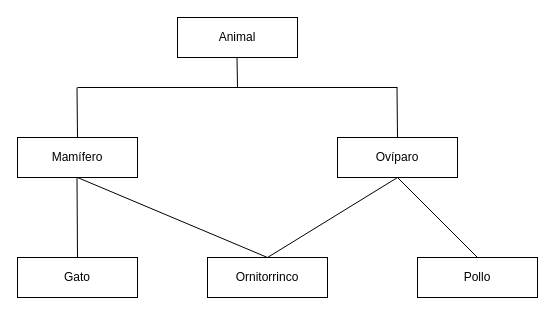
The draw.io diagram ejer2.drawio in anagarciasaiz/examen_24marzo, before the edit. Source tidied: cells renumbered, new cells numbered last; positions are measured from the earlier drawing's top-left corner, leaving out a move shared by most shapes. Both pictures are drawn from the tidied source at 100%, with x=0, y=0 at pixel (17, 17).
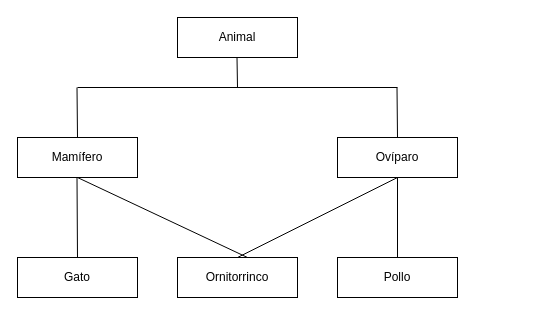
Above is the later version.

Unchanged cells that the change refers to:
```xml
<mxCell id="3" value="Mamífero" style="rounded=0;whiteSpace=wrap;html=1;" parent="1" vertex="1">
  <mxGeometry y="120" width="120" height="40" as="geometry" />
</mxCell>
```

Diff of the diagram source:
```diff
@@
     <mxCell id="6" value="Ornitorrinco" style="rounded=0;whiteSpace=wrap;html=1;" parent="1" vertex="1">
-      <mxGeometry x="190" y="240" width="120" height="40" as="geometry" />
+      <mxGeometry x="160" y="240" width="120" height="40" as="geometry" />
     </mxCell>
     <mxCell id="7" value="Pollo" style="rounded=0;whiteSpace=wrap;html=1;" parent="1" vertex="1">
-      <mxGeometry x="400" y="240" width="120" height="40" as="geometry" />
+      <mxGeometry x="320" y="240" width="120" height="40" as="geometry" />
     </mxCell>
@@
-    <mxCell id="15" style="endArrow=none;html=1;" parent="1" edge="1">
+    <mxCell id="15" style="endArrow=none;html=1;exitX=0.5;exitY=1;exitDx=0;exitDy=0;" parent="1" edge="1" source="3">
       <mxGeometry relative="1" as="geometry">
-        <mxPoint x="60" y="160" as="sourcePoint" />
-        <mxPoint x="250" y="240" as="targetPoint" />
+        <mxPoint x="230" y="240" as="targetPoint" />
       </mxGeometry>
     </mxCell>
```
